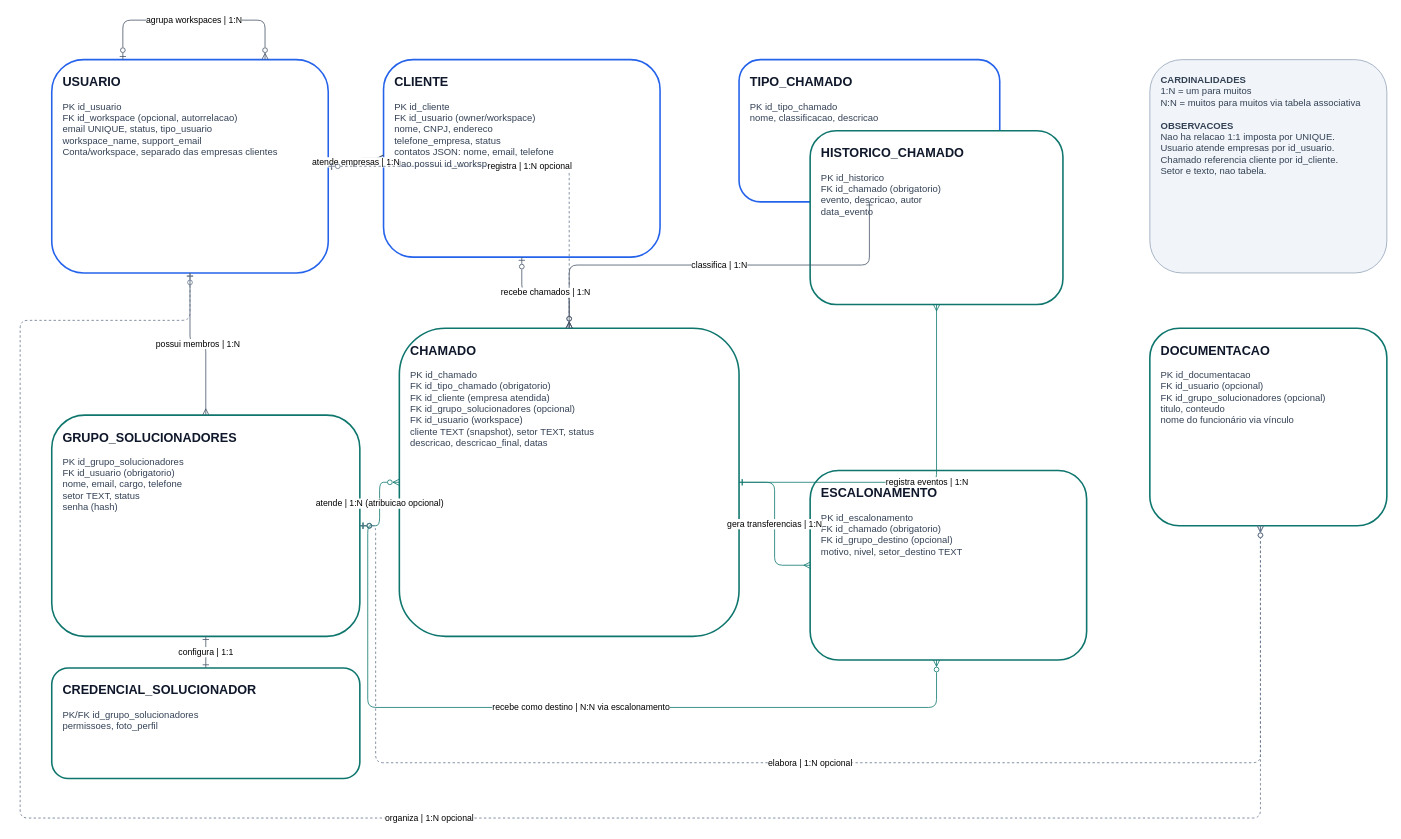
The draw.io diagram docs/sqlite-model.drawio in Carlos-Eduardo20/HelpTI, before the edit. Source tidied: cells renumbered, new cells numbered last; positions are measured from the earlier drawing's top-left corner, leaving out a move shared by most shapes. Both pictures are drawn from the tidied source at 79%, with x=0, y=0 at pixel (20, 20).
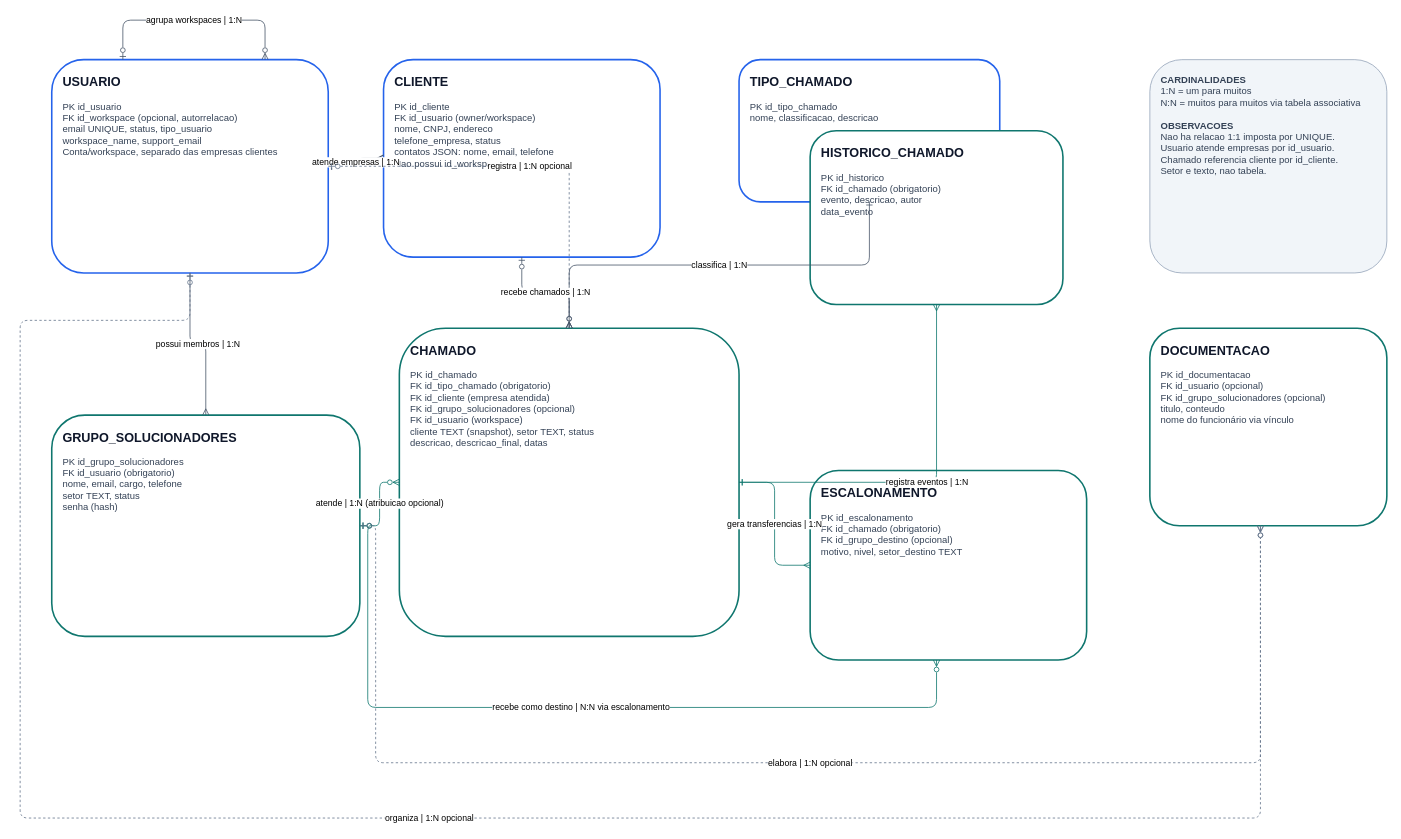
After the change.

Unchanged cells that the change refers to:
```xml
<mxCell id="5" value="&lt;div style=&quot;font-size:16px;font-weight:bold;color:#0f172a&quot;&gt;GRUPO_SOLUCIONADORES&lt;/div&gt;&lt;br&gt;PK id_grupo_solucionadores&lt;br&gt;FK id_usuario (obrigatorio)&lt;br&gt;nome, email, cargo, telefone&lt;br&gt;setor TEXT, status&lt;br&gt;senha (hash)" style="rounded=1;whiteSpace=wrap;html=1;align=left;verticalAlign=top;spacing=14;fillColor=#ffffff;strokeColor=#0f766e;strokeWidth=2;fontColor=#334155;fontSize=12;" parent="1" vertex="1">
  <mxGeometry x="40" y="500" width="390" height="280" as="geometry" />
</mxCell>
```

Change to the diagram source:
```diff
@@
-    <mxCell id="6" value="&lt;div style=&quot;font-size:16px;font-weight:bold;color:#0f172a&quot;&gt;CREDENCIAL_SOLUCIONADOR&lt;/div&gt;&lt;br&gt;PK/FK id_grupo_solucionadores&lt;br&gt;permissoes, foto_perfil" style="rounded=1;whiteSpace=wrap;html=1;align=left;verticalAlign=top;spacing=14;fillColor=#ffffff;strokeColor=#0f766e;strokeWidth=2;fontColor=#334155;fontSize=12;" parent="1" vertex="1">
-      <mxGeometry x="40" y="820" width="390" height="140" as="geometry" />
-    </mxCell>
@@
-    <mxCell id="15" value="configura | 1:1" style="edgeStyle=orthogonalEdgeStyle;rounded=1;jettySize=auto;html=1;strokeColor=#475569;startArrow=ERone;startFill=0;endArrow=ERone;endFill=0;fontSize=11;labelBackgroundColor=#ffffff;" parent="1" edge="1" source="5" target="6">
-      <mxGeometry relative="1" as="geometry" />
-    </mxCell>
```
